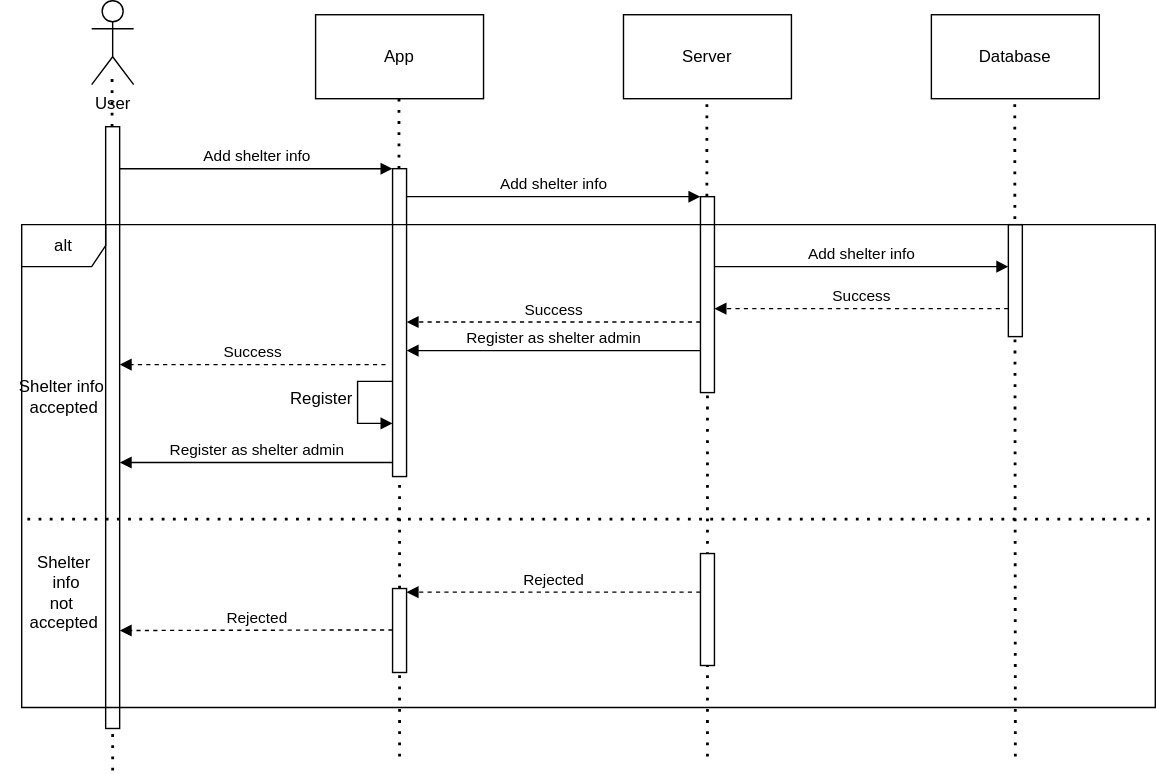
Above: UserSequence4.svg in Thomaskald/DistributedSystems (draw.io), before the change. Source tidied: cells renumbered, new cells last; positions are measured from the earlier drawing's top-left corner, leaving out a move shared by most shapes. Its diagram source:
```xml
<mxGraphModel>
  <root>
    <mxCell id="0" />
    <mxCell id="1" parent="0" />
    <mxCell id="2" value="User" style="shape=umlActor;verticalLabelPosition=bottom;verticalAlign=top;html=1;" parent="1" vertex="1">
      <mxGeometry x="65" width="30" height="60" as="geometry" />
    </mxCell>
    <mxCell id="3" value="App" style="rounded=0;whiteSpace=wrap;html=1;" parent="1" vertex="1">
      <mxGeometry x="225" y="10" width="120" height="60" as="geometry" />
    </mxCell>
    <mxCell id="4" value="Server" style="rounded=0;whiteSpace=wrap;html=1;" parent="1" vertex="1">
      <mxGeometry x="445" y="10" width="120" height="60" as="geometry" />
    </mxCell>
    <mxCell id="5" value="Database" style="rounded=0;whiteSpace=wrap;html=1;" parent="1" vertex="1">
      <mxGeometry x="665" y="10" width="120" height="60" as="geometry" />
    </mxCell>
    <mxCell id="6" style="endArrow=none;dashed=1;html=1;dashPattern=1 3;strokeWidth=2;rounded=0;" parent="1" edge="1" source="11">
      <mxGeometry relative="1" as="geometry">
        <mxPoint x="79.6" y="50" as="targetPoint" />
      </mxGeometry>
    </mxCell>
    <mxCell id="7" style="endArrow=none;dashed=1;html=1;dashPattern=1 3;strokeWidth=2;rounded=0;" parent="1" edge="1" source="14">
      <mxGeometry relative="1" as="geometry">
        <mxPoint x="284.6" y="70" as="targetPoint" />
      </mxGeometry>
    </mxCell>
    <mxCell id="8" style="endArrow=none;dashed=1;html=1;dashPattern=1 3;strokeWidth=2;rounded=0;" parent="1" edge="1" source="17">
      <mxGeometry relative="1" as="geometry">
        <mxPoint x="504.6" y="70" as="targetPoint" />
      </mxGeometry>
    </mxCell>
    <mxCell id="9" style="endArrow=none;dashed=1;html=1;dashPattern=1 3;strokeWidth=2;rounded=0;" parent="1" edge="1">
      <mxGeometry relative="1" as="geometry">
        <mxPoint x="725" y="540" as="sourcePoint" />
        <mxPoint x="724.6" y="70" as="targetPoint" />
      </mxGeometry>
    </mxCell>
    <mxCell id="10" style="endArrow=none;dashed=1;html=1;dashPattern=1 3;strokeWidth=2;rounded=0;" parent="1" edge="1" target="11">
      <mxGeometry relative="1" as="geometry">
        <mxPoint x="80" y="550" as="sourcePoint" />
      </mxGeometry>
    </mxCell>
    <mxCell id="11" style="html=1;points=[[0,0,0,0,5],[0,1,0,0,-5],[1,0,0,0,5],[1,1,0,0,-5]];perimeter=orthogonalPerimeter;outlineConnect=0;targetShapes=umlLifeline;portConstraint=eastwest;newEdgeStyle={&quot;curved&quot;:0,&quot;rounded&quot;:0};" parent="1" vertex="1">
      <mxGeometry x="75" y="90" width="10" height="430" as="geometry" />
    </mxCell>
    <mxCell id="12" value="Add shelter info" style="html=1;verticalAlign=bottom;endArrow=block;curved=0;rounded=0;" parent="1" edge="1" target="14">
      <mxGeometry relative="1" as="geometry">
        <mxPoint x="85" y="120" as="sourcePoint" />
      </mxGeometry>
    </mxCell>
    <mxCell id="13" style="endArrow=none;dashed=1;html=1;dashPattern=1 3;strokeWidth=2;rounded=0;" parent="1" edge="1" target="14">
      <mxGeometry relative="1" as="geometry">
        <mxPoint x="285" y="540" as="sourcePoint" />
      </mxGeometry>
    </mxCell>
    <mxCell id="14" style="html=1;points=[[0,0,0,0,5],[0,1,0,0,-5],[1,0,0,0,5],[1,1,0,0,-5]];perimeter=orthogonalPerimeter;outlineConnect=0;targetShapes=umlLifeline;portConstraint=eastwest;newEdgeStyle={&quot;curved&quot;:0,&quot;rounded&quot;:0};" parent="1" vertex="1">
      <mxGeometry x="280" y="120" width="10" height="220" as="geometry" />
    </mxCell>
    <mxCell id="15" value="Add shelter info" style="html=1;verticalAlign=bottom;endArrow=block;curved=0;rounded=0;" parent="1" edge="1" target="17">
      <mxGeometry relative="1" as="geometry">
        <mxPoint x="290" y="140" as="sourcePoint" />
      </mxGeometry>
    </mxCell>
    <mxCell id="16" style="endArrow=none;dashed=1;html=1;dashPattern=1 3;strokeWidth=2;rounded=0;" parent="1" edge="1" target="17">
      <mxGeometry relative="1" as="geometry">
        <mxPoint x="505" y="540" as="sourcePoint" />
      </mxGeometry>
    </mxCell>
    <mxCell id="17" style="html=1;points=[[0,0,0,0,5],[0,1,0,0,-5],[1,0,0,0,5],[1,1,0,0,-5]];perimeter=orthogonalPerimeter;outlineConnect=0;targetShapes=umlLifeline;portConstraint=eastwest;newEdgeStyle={&quot;curved&quot;:0,&quot;rounded&quot;:0};" parent="1" vertex="1">
      <mxGeometry x="500" y="140" width="10" height="140" as="geometry" />
    </mxCell>
    <mxCell id="18" value="Add shelter info" style="html=1;verticalAlign=bottom;endArrow=block;curved=0;rounded=0;" parent="1" edge="1">
      <mxGeometry relative="1" as="geometry">
        <mxPoint x="510" y="190" as="sourcePoint" />
        <mxPoint x="720" y="190" as="targetPoint" />
      </mxGeometry>
    </mxCell>
    <mxCell id="19" style="html=1;perimeter=orthogonalPerimeter;targetShapes=umlLifeline;newEdgeStyle={&quot;curved&quot;:0,&quot;rounded&quot;:0};" parent="1" vertex="1">
      <mxGeometry x="720" y="160" width="10" height="80" as="geometry" />
    </mxCell>
    <mxCell id="20" value="Success" style="html=1;verticalAlign=bottom;endArrow=block;curved=0;rounded=0;dashed=1;" parent="1" edge="1">
      <mxGeometry relative="1" as="geometry">
        <mxPoint x="720" y="220" as="sourcePoint" />
        <mxPoint x="510" y="220" as="targetPoint" />
      </mxGeometry>
    </mxCell>
    <mxCell id="21" value="Success" style="html=1;verticalAlign=bottom;endArrow=block;curved=0;rounded=0;dashed=1;" parent="1" edge="1">
      <mxGeometry relative="1" as="geometry">
        <mxPoint x="500" y="229.6" as="sourcePoint" />
        <mxPoint x="290" y="229.6" as="targetPoint" />
      </mxGeometry>
    </mxCell>
    <mxCell id="22" value="Success" style="html=1;verticalAlign=bottom;endArrow=block;curved=0;rounded=0;dashed=1;" parent="1" edge="1">
      <mxGeometry relative="1" as="geometry">
        <mxPoint x="275" y="260" as="sourcePoint" />
        <mxPoint x="85" y="260" as="targetPoint" />
      </mxGeometry>
    </mxCell>
    <mxCell id="23" value="Register as shelter admin" style="html=1;verticalAlign=bottom;endArrow=block;curved=0;rounded=0;" parent="1" edge="1">
      <mxGeometry relative="1" as="geometry">
        <mxPoint x="500" y="250" as="sourcePoint" />
        <mxPoint x="290" y="250" as="targetPoint" />
      </mxGeometry>
    </mxCell>
    <mxCell id="24" value="Register as shelter admin" style="html=1;verticalAlign=bottom;endArrow=block;curved=0;rounded=0;" parent="1" edge="1">
      <mxGeometry relative="1" as="geometry">
        <mxPoint x="280" y="330" as="sourcePoint" />
        <mxPoint x="85" y="330" as="targetPoint" />
      </mxGeometry>
    </mxCell>
    <mxCell id="25" style="html=1;align=left;spacingLeft=2;endArrow=block;rounded=0;edgeStyle=orthogonalEdgeStyle;curved=0;rounded=0;" parent="1" edge="1">
      <mxGeometry relative="1" as="geometry">
        <mxPoint x="280" y="272" as="sourcePoint" />
        <mxPoint x="280" y="302" as="targetPoint" />
        <Array as="points">
          <mxPoint x="255" y="302" />
        </Array>
      </mxGeometry>
    </mxCell>
    <mxCell id="26" value="Register" style="text;html=1;align=center;verticalAlign=middle;strokeColor=none;fillColor=none;" parent="1" vertex="1">
      <mxGeometry x="194" y="270" width="70" height="30" as="geometry" />
    </mxCell>
    <mxCell id="27" value="alt" style="shape=umlFrame;whiteSpace=wrap;html=1;" parent="1" vertex="1">
      <mxGeometry x="15" y="160" width="810" height="345" as="geometry" />
    </mxCell>
    <mxCell id="28" style="endArrow=none;dashed=1;html=1;dashPattern=1 3;strokeWidth=2;rounded=0;entryX=0.996;entryY=0.61;entryDx=0;entryDy=0;entryPerimeter=0;exitX=0.005;exitY=0.61;exitDx=0;exitDy=0;exitPerimeter=0;" parent="1" edge="1" source="27" target="27">
      <mxGeometry relative="1" as="geometry" />
    </mxCell>
    <mxCell id="29" value="Shelter info&amp;nbsp;&lt;div&gt;accepted&lt;/div&gt;" style="text;html=1;align=center;verticalAlign=middle;strokeColor=none;fillColor=none;" parent="1" vertex="1">
      <mxGeometry y="263" width="90" height="40" as="geometry" />
    </mxCell>
    <mxCell id="30" value="Shelter&lt;div&gt;&amp;nbsp;info&lt;/div&gt;&lt;div&gt;not&amp;nbsp;&lt;div&gt;accepted&lt;/div&gt;&lt;/div&gt;" style="text;html=1;align=center;verticalAlign=middle;strokeColor=none;fillColor=none;" parent="1" vertex="1">
      <mxGeometry x="10" y="388" width="70" height="70" as="geometry" />
    </mxCell>
    <mxCell id="31" style="html=1;perimeter=orthogonalPerimeter;targetShapes=umlLifeline;newEdgeStyle={&quot;curved&quot;:0,&quot;rounded&quot;:0};" parent="1" vertex="1">
      <mxGeometry x="500" y="395" width="10" height="80" as="geometry" />
    </mxCell>
    <mxCell id="32" value="Rejected" style="html=1;verticalAlign=bottom;endArrow=block;curved=0;rounded=0;dashed=1;" parent="1" edge="1">
      <mxGeometry relative="1" as="geometry">
        <mxPoint x="500" y="422.6" as="sourcePoint" />
        <mxPoint x="290" y="422.6" as="targetPoint" />
      </mxGeometry>
    </mxCell>
    <mxCell id="33" style="html=1;perimeter=orthogonalPerimeter;targetShapes=umlLifeline;newEdgeStyle={&quot;curved&quot;:0,&quot;rounded&quot;:0};" parent="1" vertex="1">
      <mxGeometry x="280" y="420" width="10" height="60" as="geometry" />
    </mxCell>
    <mxCell id="34" value="Rejected" style="html=1;verticalAlign=bottom;endArrow=block;curved=0;rounded=0;dashed=1;" parent="1" edge="1">
      <mxGeometry relative="1" as="geometry">
        <mxPoint x="280" y="449.6" as="sourcePoint" />
        <mxPoint x="85" y="450" as="targetPoint" />
      </mxGeometry>
    </mxCell>
  </root>
</mxGraphModel>
```
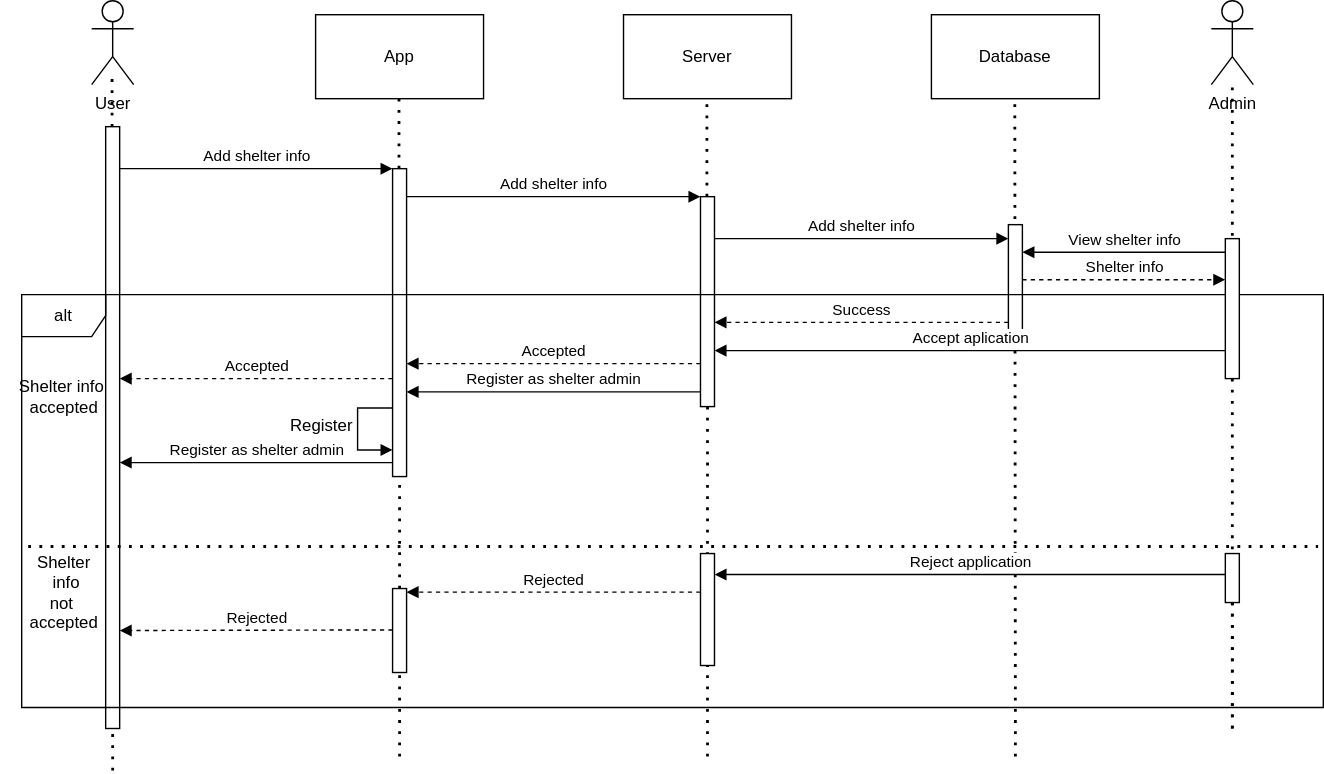
The same diagram one commit later.

Change to the diagram source:
```diff
@@ -2,6 +2,11 @@
   <root>
     <mxCell id="0" />
     <mxCell id="1" parent="0" />
+    <mxCell id="35" style="endArrow=none;dashed=1;html=1;dashPattern=1 3;strokeWidth=2;rounded=0;" parent="1" edge="1" target="37">
+      <mxGeometry relative="1" as="geometry">
+        <mxPoint x="880" y="520" as="sourcePoint" />
+      </mxGeometry>
+    </mxCell>
     <mxCell id="2" value="User" style="shape=umlActor;verticalLabelPosition=bottom;verticalAlign=top;html=1;" parent="1" vertex="1">
       <mxGeometry x="65" width="30" height="60" as="geometry" />
     </mxCell>
@@ -67,12 +72,12 @@
       </mxGeometry>
     </mxCell>
     <mxCell id="17" style="html=1;points=[[0,0,0,0,5],[0,1,0,0,-5],[1,0,0,0,5],[1,1,0,0,-5]];perimeter=orthogonalPerimeter;outlineConnect=0;targetShapes=umlLifeline;portConstraint=eastwest;newEdgeStyle={&quot;curved&quot;:0,&quot;rounded&quot;:0};" parent="1" vertex="1">
-      <mxGeometry x="500" y="140" width="10" height="140" as="geometry" />
+      <mxGeometry x="500" y="140" width="10" height="150" as="geometry" />
     </mxCell>
     <mxCell id="18" value="Add shelter info" style="html=1;verticalAlign=bottom;endArrow=block;curved=0;rounded=0;" parent="1" edge="1">
       <mxGeometry relative="1" as="geometry">
-        <mxPoint x="510" y="190" as="sourcePoint" />
-        <mxPoint x="720" y="190" as="targetPoint" />
+        <mxPoint x="510" y="170" as="sourcePoint" />
+        <mxPoint x="720" y="170" as="targetPoint" />
       </mxGeometry>
     </mxCell>
     <mxCell id="19" style="html=1;perimeter=orthogonalPerimeter;targetShapes=umlLifeline;newEdgeStyle={&quot;curved&quot;:0,&quot;rounded&quot;:0};" parent="1" vertex="1">
@@ -80,26 +85,14 @@
     </mxCell>
     <mxCell id="20" value="Success" style="html=1;verticalAlign=bottom;endArrow=block;curved=0;rounded=0;dashed=1;" parent="1" edge="1">
       <mxGeometry relative="1" as="geometry">
-        <mxPoint x="720" y="220" as="sourcePoint" />
-        <mxPoint x="510" y="220" as="targetPoint" />
+        <mxPoint x="720" y="229.8" as="sourcePoint" />
+        <mxPoint x="510" y="229.8" as="targetPoint" />
       </mxGeometry>
     </mxCell>
-    <mxCell id="21" value="Success" style="html=1;verticalAlign=bottom;endArrow=block;curved=0;rounded=0;dashed=1;" parent="1" edge="1">
-      <mxGeometry relative="1" as="geometry">
-        <mxPoint x="500" y="229.6" as="sourcePoint" />
-        <mxPoint x="290" y="229.6" as="targetPoint" />
-      </mxGeometry>
-    </mxCell>
-    <mxCell id="22" value="Success" style="html=1;verticalAlign=bottom;endArrow=block;curved=0;rounded=0;dashed=1;" parent="1" edge="1">
-      <mxGeometry relative="1" as="geometry">
-        <mxPoint x="275" y="260" as="sourcePoint" />
-        <mxPoint x="85" y="260" as="targetPoint" />
-      </mxGeometry>
-    </mxCell>
     <mxCell id="23" value="Register as shelter admin" style="html=1;verticalAlign=bottom;endArrow=block;curved=0;rounded=0;" parent="1" edge="1">
       <mxGeometry relative="1" as="geometry">
-        <mxPoint x="500" y="250" as="sourcePoint" />
-        <mxPoint x="290" y="250" as="targetPoint" />
+        <mxPoint x="500" y="279.5" as="sourcePoint" />
+        <mxPoint x="290" y="279.5" as="targetPoint" />
       </mxGeometry>
     </mxCell>
     <mxCell id="24" value="Register as shelter admin" style="html=1;verticalAlign=bottom;endArrow=block;curved=0;rounded=0;" parent="1" edge="1">
@@ -110,18 +103,18 @@
     </mxCell>
     <mxCell id="25" style="html=1;align=left;spacingLeft=2;endArrow=block;rounded=0;edgeStyle=orthogonalEdgeStyle;curved=0;rounded=0;" parent="1" edge="1">
       <mxGeometry relative="1" as="geometry">
-        <mxPoint x="280" y="272" as="sourcePoint" />
-        <mxPoint x="280" y="302" as="targetPoint" />
+        <mxPoint x="280" y="291" as="sourcePoint" />
+        <mxPoint x="280" y="321" as="targetPoint" />
         <Array as="points">
-          <mxPoint x="255" y="302" />
+          <mxPoint x="255" y="321" />
         </Array>
       </mxGeometry>
     </mxCell>
     <mxCell id="26" value="Register" style="text;html=1;align=center;verticalAlign=middle;strokeColor=none;fillColor=none;" parent="1" vertex="1">
-      <mxGeometry x="194" y="270" width="70" height="30" as="geometry" />
+      <mxGeometry x="194" y="289" width="70" height="30" as="geometry" />
     </mxCell>
     <mxCell id="27" value="alt" style="shape=umlFrame;whiteSpace=wrap;html=1;" parent="1" vertex="1">
-      <mxGeometry x="15" y="160" width="810" height="345" as="geometry" />
+      <mxGeometry x="15" y="210" width="930" height="295" as="geometry" />
     </mxCell>
     <mxCell id="28" style="endArrow=none;dashed=1;html=1;dashPattern=1 3;strokeWidth=2;rounded=0;entryX=0.996;entryY=0.61;entryDx=0;entryDy=0;entryPerimeter=0;exitX=0.005;exitY=0.61;exitDx=0;exitDy=0;exitPerimeter=0;" parent="1" edge="1" source="27" target="27">
       <mxGeometry relative="1" as="geometry" />
@@ -150,5 +143,53 @@
         <mxPoint x="85" y="450" as="targetPoint" />
       </mxGeometry>
     </mxCell>
+    <mxCell id="36" style="html=1;perimeter=orthogonalPerimeter;targetShapes=umlLifeline;newEdgeStyle={&quot;curved&quot;:0,&quot;rounded&quot;:0};" parent="1" vertex="1">
+      <mxGeometry x="875" y="170" width="10" height="100" as="geometry" />
+    </mxCell>
+    <mxCell id="37" value="Admin" style="shape=umlActor;verticalLabelPosition=bottom;verticalAlign=top;html=1;outlineConnect=0;" parent="1" vertex="1">
+      <mxGeometry x="865" width="30" height="60" as="geometry" />
+    </mxCell>
+    <mxCell id="38" value="View shelter info" style="html=1;verticalAlign=bottom;endArrow=block;curved=0;rounded=0;" parent="1" edge="1">
+      <mxGeometry relative="1" as="geometry">
+        <mxPoint x="875" y="179.7" as="sourcePoint" />
+        <mxPoint x="730" y="179.7" as="targetPoint" />
+      </mxGeometry>
+    </mxCell>
+    <mxCell id="39" value="Shelter info" style="html=1;verticalAlign=bottom;endArrow=block;curved=0;rounded=0;dashed=1;" parent="1" edge="1">
+      <mxGeometry relative="1" as="geometry">
+        <mxPoint x="730" y="199.4" as="sourcePoint" />
+        <mxPoint x="875" y="199.4" as="targetPoint" />
+      </mxGeometry>
+    </mxCell>
+    <mxCell id="40" value="Accept aplication" style="html=1;verticalAlign=bottom;endArrow=block;curved=0;rounded=0;" parent="1" edge="1" target="17">
+      <mxGeometry relative="1" as="geometry">
+        <mxPoint x="875" y="250" as="sourcePoint" />
+      </mxGeometry>
+    </mxCell>
+    <mxCell id="41" value="Reject application" style="html=1;verticalAlign=bottom;endArrow=block;curved=0;rounded=0;" parent="1" edge="1">
+      <mxGeometry relative="1" as="geometry">
+        <mxPoint x="875" y="410" as="sourcePoint" />
+        <mxPoint x="510" y="410" as="targetPoint" />
+      </mxGeometry>
+    </mxCell>
+    <mxCell id="42" value="Accepted" style="html=1;verticalAlign=bottom;endArrow=block;curved=0;rounded=0;dashed=1;" parent="1" edge="1">
+      <mxGeometry relative="1" as="geometry">
+        <mxPoint x="500" y="259.3" as="sourcePoint" />
+        <mxPoint x="290" y="259.3" as="targetPoint" />
+      </mxGeometry>
+    </mxCell>
+    <mxCell id="43" value="Accepted" style="html=1;verticalAlign=bottom;endArrow=block;curved=0;rounded=0;dashed=1;" parent="1" edge="1" source="14">
+      <mxGeometry relative="1" as="geometry">
+        <mxPoint x="85" y="270" as="targetPoint" />
+      </mxGeometry>
+    </mxCell>
+    <mxCell id="44" style="endArrow=none;dashed=1;html=1;dashPattern=1 3;strokeWidth=2;rounded=0;" parent="1" edge="1" target="45">
+      <mxGeometry relative="1" as="geometry">
+        <mxPoint x="880" y="520" as="sourcePoint" />
+      </mxGeometry>
+    </mxCell>
+    <mxCell id="45" style="html=1;points=[[0,0,0,0,5],[0,1,0,0,-5],[1,0,0,0,5],[1,1,0,0,-5]];perimeter=orthogonalPerimeter;outlineConnect=0;targetShapes=umlLifeline;portConstraint=eastwest;newEdgeStyle={&quot;curved&quot;:0,&quot;rounded&quot;:0};" parent="1" vertex="1">
+      <mxGeometry x="875" y="395" width="10" height="35" as="geometry" />
+    </mxCell>
   </root>
 </mxGraphModel>
```
